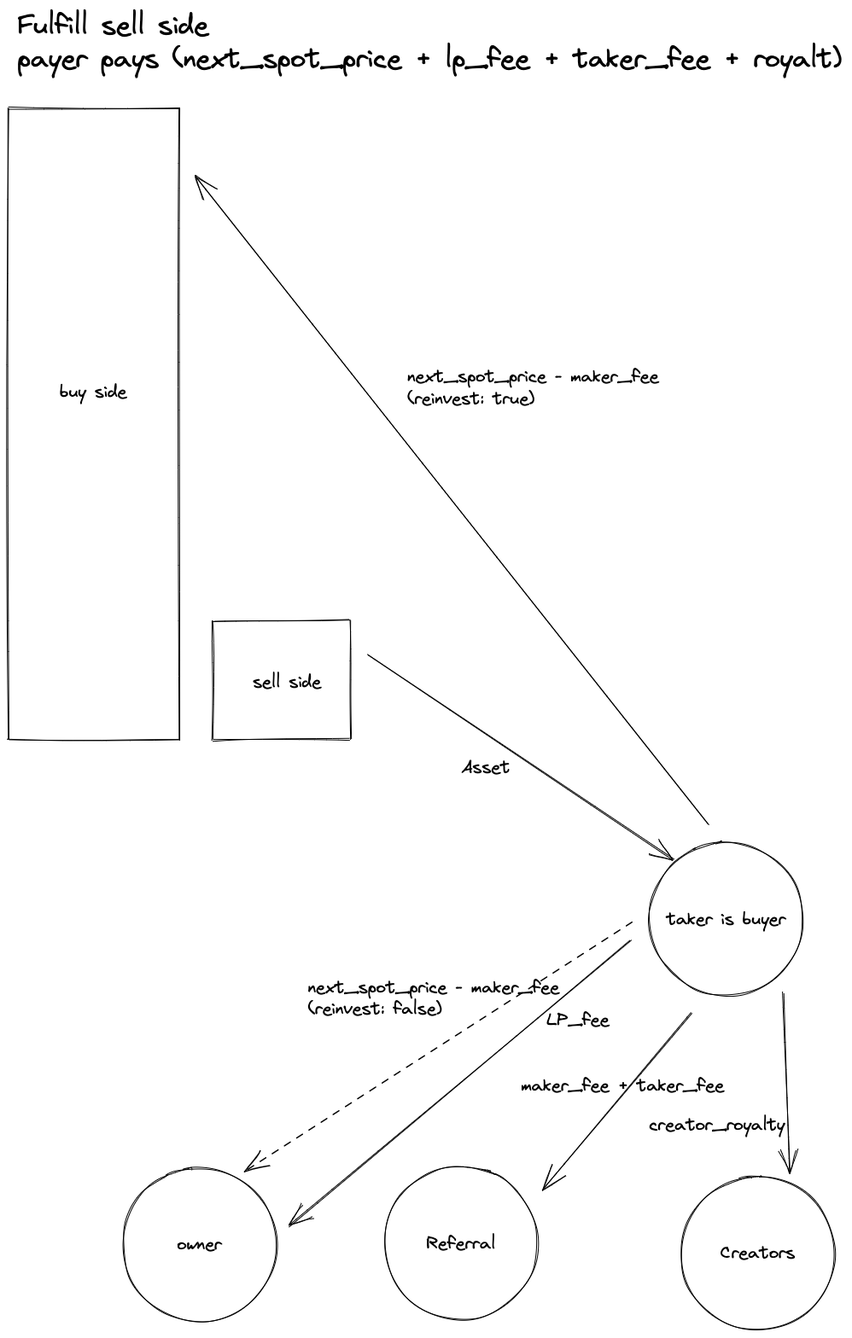
Above: docs/fulfill_sell.excalidraw.png in me-foundation/mmm (Excalidraw), before the change. Source tidied: one line per element, renumbered; positions are measured from the earlier drawing's top-left corner, leaving out a move shared by most shapes.
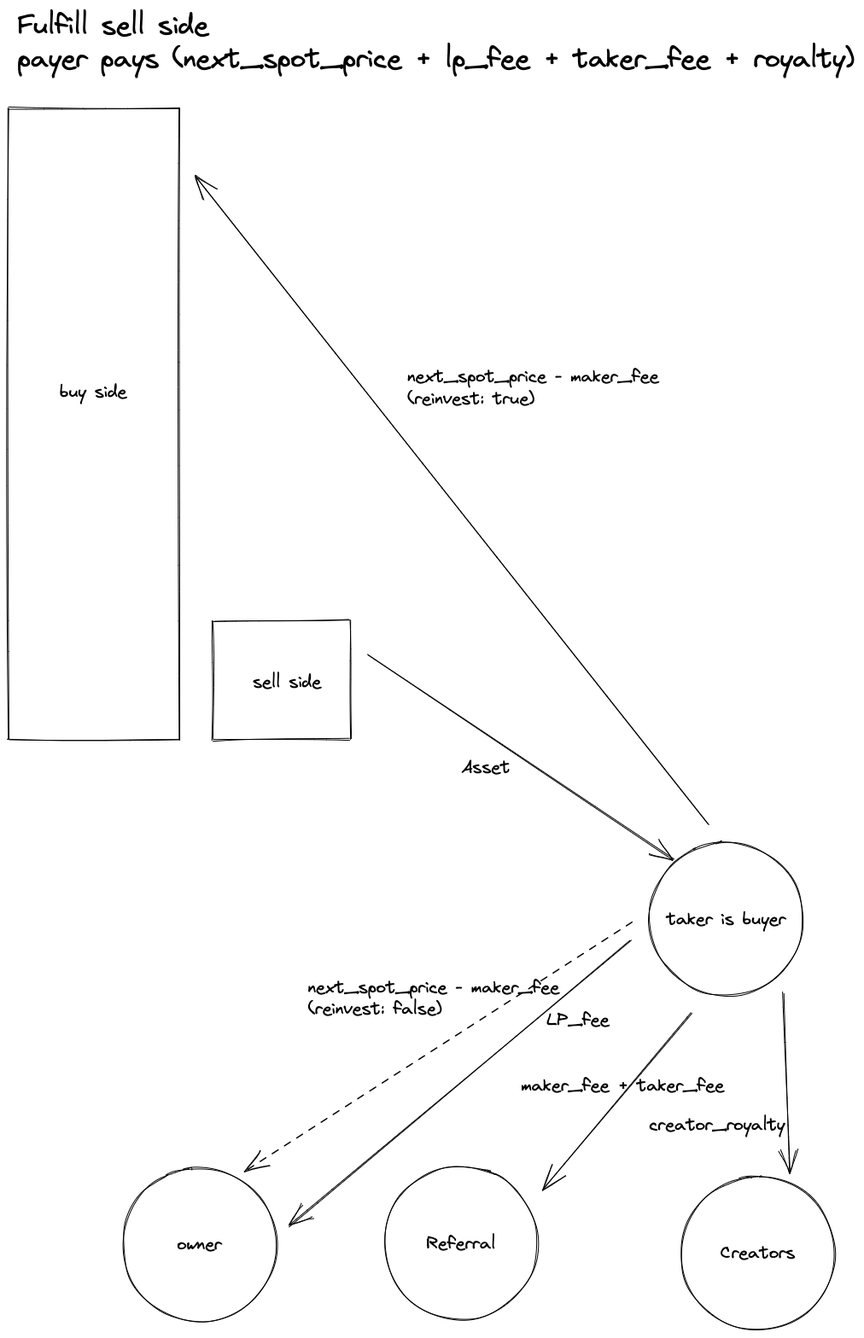
Later version of the same file.

Change to the diagram source:
```diff
@@ -18,7 +18,7 @@
 {"id": 17, "type": "text", "text": "maker_fee + taker_fee", "strokeColor": "#000000", "strokeWidth": 1, "roughness": 1, "fontSize": 20, "fontFamily": 1, "x": 600, "y": 1250, "width": 240, "height": 25}
 {"id": 18, "type": "arrow", "strokeColor": "#000000", "strokeWidth": 1, "strokeStyle": "dashed", "roughness": 1, "endArrowhead": "arrow", "from": 6, "to": 4, "x": 730, "y": 1072, "width": 453, "height": 289, "points": [[0, 0], [-453, 289]]}
 {"id": 19, "type": "text", "text": "next_spot_price - maker_fee\n(reinvest: false)", "strokeColor": "#000000", "strokeWidth": 1, "roughness": 1, "fontSize": 20, "fontFamily": 1, "x": 351, "y": 1135, "width": 295, "height": 51}
-{"id": 20, "type": "text", "text": "Fulfill sell side\npayer pays (next_spot_price + lp_fee + taker_fee + royalt)", "strokeColor": "#000000", "strokeWidth": 1, "strokeStyle": "dashed", "roughness": 1, "fontSize": 31.4, "fontFamily": 1, "x": 10, "y": 0, "width": 968, "height": 79}
+{"id": 20, "type": "text", "text": "Fulfill sell side\npayer pays (next_spot_price + lp_fee + taker_fee + royalty)", "strokeColor": "#000000", "strokeWidth": 1, "strokeStyle": "dashed", "roughness": 1, "fontSize": 31.4, "fontFamily": 1, "x": 10, "y": 0, "width": 982, "height": 79}
 {"id": 21, "type": "ellipse", "strokeColor": "#000000", "strokeWidth": 1, "roughness": 1, "x": 788, "y": 1369, "width": 180, "height": 180}
 {"id": 22, "type": "text", "text": "Creators", "strokeColor": "#000000", "strokeWidth": 1, "roughness": 1, "fontSize": 20, "fontFamily": 1, "textAlign": "center", "verticalAlign": "middle", "inside": 21, "x": 793, "y": 1446, "width": 170, "height": 25}
 {"id": 23, "type": "arrow", "strokeColor": "#000000", "strokeWidth": 1, "roughness": 1, "endArrowhead": "arrow", "from": 6, "to": 21, "x": 908, "y": 1153, "width": 7, "height": 212, "points": [[0, 0], [7, 212]]}
```
